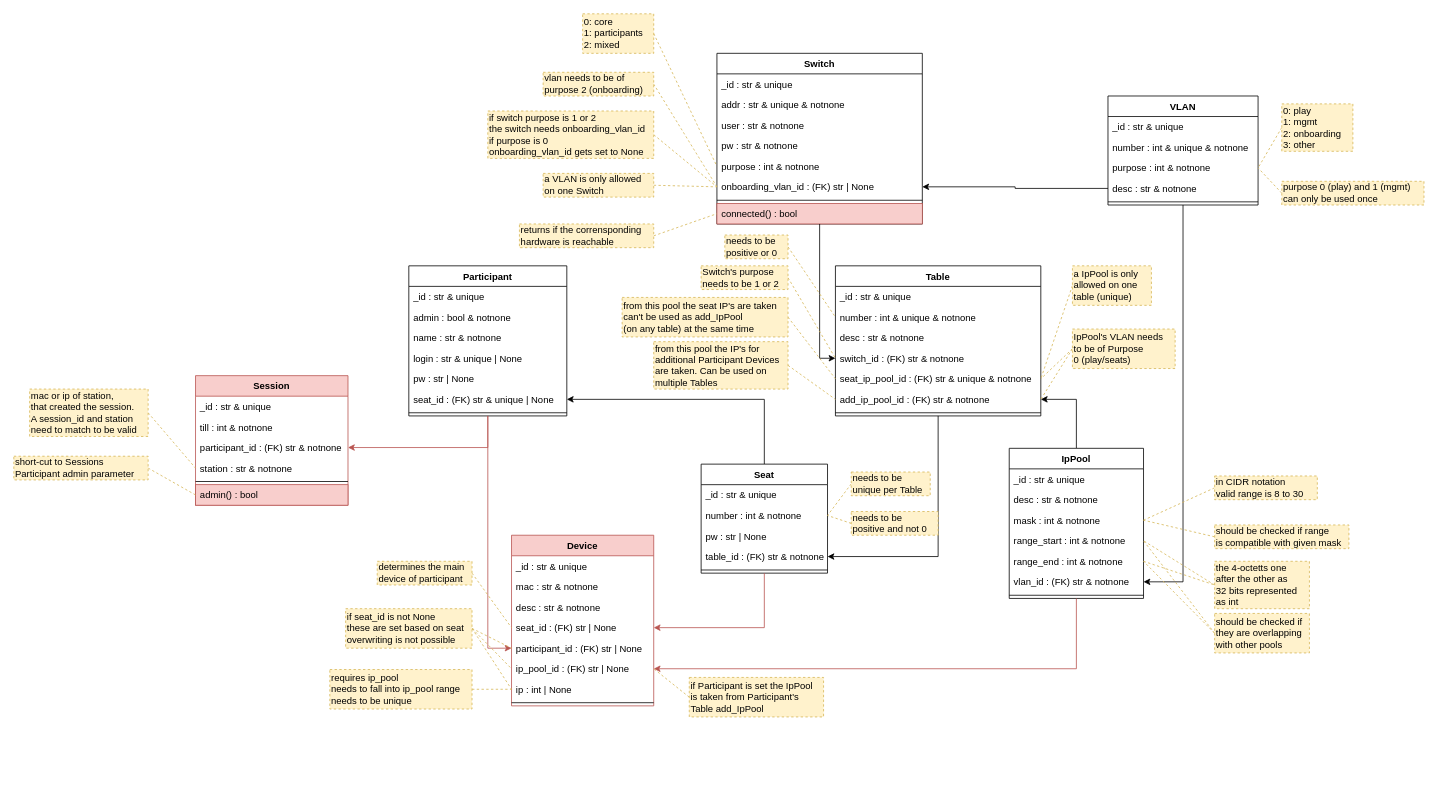
Above: docs/elements_classes.drawio in nils-ost/LanPartyOnboardingSystem (draw.io), before the change. Source tidied: cells renumbered, new cells numbered last; positions are measured from the earlier drawing's top-left corner, leaving out a move shared by most shapes. Both pictures are drawn from the tidied source at 79%, with x=0, y=0 at pixel (13, 13).
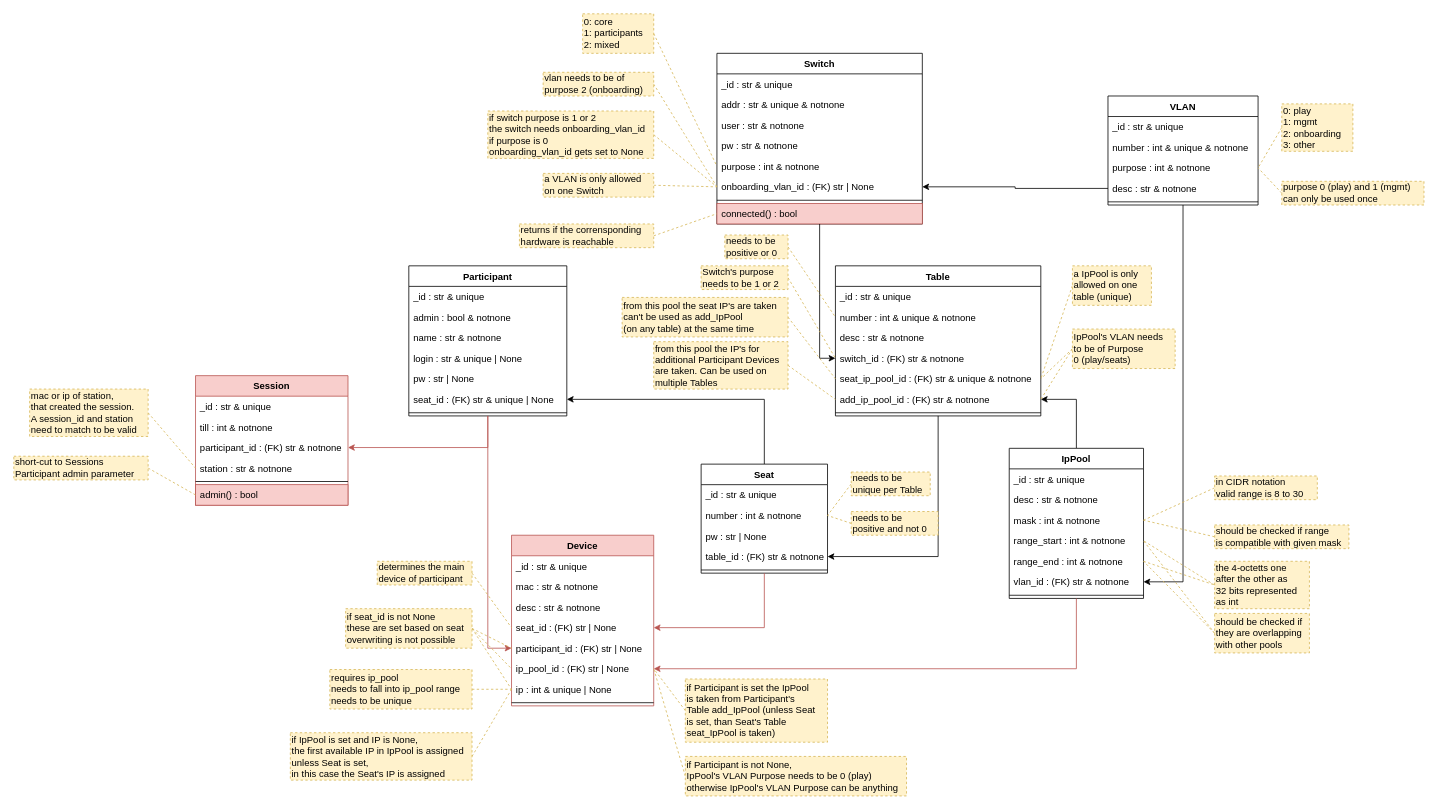
The same diagram, later.

Unchanged cells that the change refers to:
```xml
<mxCell id="60" value="Device" style="swimlane;fontStyle=1;align=center;verticalAlign=top;horizontal=1;startSize=26;fillColor=#f8cecc;strokeColor=#b85450;" parent="1" vertex="1">
  <mxGeometry x="630" y="660" width="180" height="216" as="geometry" />
</mxCell>
<mxCell id="66" value="ip_pool_id : (FK) str | None" style="text;strokeColor=none;fillColor=none;align=left;verticalAlign=top;spacingLeft=4;spacingRight=4;overflow=hidden;points=[[0,0.5],[1,0.5]];portConstraint=eastwest;" parent="60" vertex="1">
  <mxGeometry y="156" width="180" height="26" as="geometry" />
</mxCell>
```

What changed in the source:
```diff
@@
-    <mxCell id="67" value="ip : int | None" style="text;strokeColor=none;fillColor=none;align=left;verticalAlign=top;spacingLeft=4;spacingRight=4;overflow=hidden;points=[[0,0.5],[1,0.5]];portConstraint=eastwest;" parent="60" vertex="1">
+    <mxCell id="67" value="ip : int &amp; unique | None" style="text;strokeColor=none;fillColor=none;align=left;verticalAlign=top;spacingLeft=4;spacingRight=4;overflow=hidden;points=[[0,0.5],[1,0.5]];portConstraint=eastwest;" parent="60" vertex="1">
       <mxGeometry y="182" width="180" height="26" as="geometry" />
     </mxCell>
@@
-    <mxCell id="127" value="if Participant is set the IpPool&lt;br&gt;is taken from Participant's&lt;br&gt;Table add_IpPool" style="rounded=0;whiteSpace=wrap;html=1;fillColor=#fff2cc;strokeColor=#d6b656;dashed=1;align=left;verticalAlign=middle;horizontal=1;labelPosition=center;verticalLabelPosition=middle;" parent="1" vertex="1">
-      <mxGeometry x="855" y="840" width="170" height="50" as="geometry" />
+    <mxCell id="127" value="if Participant is set the IpPool&lt;br&gt;is taken from Participant's&lt;br&gt;Table add_IpPool (unless Seat&lt;br&gt;is set, than Seat's Table &lt;br&gt;seat_IpPool is taken)" style="rounded=0;whiteSpace=wrap;html=1;fillColor=#fff2cc;strokeColor=#d6b656;dashed=1;align=left;verticalAlign=middle;horizontal=1;labelPosition=center;verticalLabelPosition=middle;" parent="1" vertex="1">
+      <mxGeometry x="850" y="842" width="180" height="80" as="geometry" />
     </mxCell>
+    <mxCell id="128" style="rounded=0;jettySize=auto;html=1;exitX=1;exitY=0.5;exitDx=0;exitDy=0;entryX=0;entryY=0.5;entryDx=0;entryDy=0;dashed=1;endArrow=none;endFill=0;fillColor=#fff2cc;strokeColor=#d6b656;" parent="1" edge="1" source="129" target="67">
+      <mxGeometry relative="1" as="geometry" />
+    </mxCell>
+    <mxCell id="129" value="if IpPool is set and IP is None,&lt;br&gt;the first available IP in IpPool is assigned&lt;br&gt;unless Seat is set,&lt;br&gt;in this case the Seat's IP is assigned" style="rounded=0;whiteSpace=wrap;html=1;fillColor=#fff2cc;strokeColor=#d6b656;dashed=1;align=left;verticalAlign=middle;horizontal=1;labelPosition=center;verticalLabelPosition=middle;" parent="1" vertex="1">
+      <mxGeometry x="350" y="910" width="230" height="60" as="geometry" />
+    </mxCell>
+    <mxCell id="130" style="edgeStyle=none;rounded=0;jettySize=auto;html=1;exitX=0;exitY=0.5;exitDx=0;exitDy=0;entryX=1;entryY=0.5;entryDx=0;entryDy=0;dashed=1;endArrow=none;endFill=0;fillColor=#fff2cc;strokeColor=#d6b656;" parent="1" edge="1" source="131" target="66">
+      <mxGeometry relative="1" as="geometry" />
+    </mxCell>
+    <mxCell id="131" value="if Participant is not None,&lt;br&gt;IpPool's VLAN Purpose needs to be 0 (play)&lt;br&gt;otherwise IpPool's VLAN Purpose can be anything" style="rounded=0;whiteSpace=wrap;html=1;fillColor=#fff2cc;strokeColor=#d6b656;dashed=1;align=left;verticalAlign=middle;horizontal=1;labelPosition=center;verticalLabelPosition=middle;" parent="1" vertex="1">
+      <mxGeometry x="850" y="940" width="280" height="50" as="geometry" />
+    </mxCell>
```
